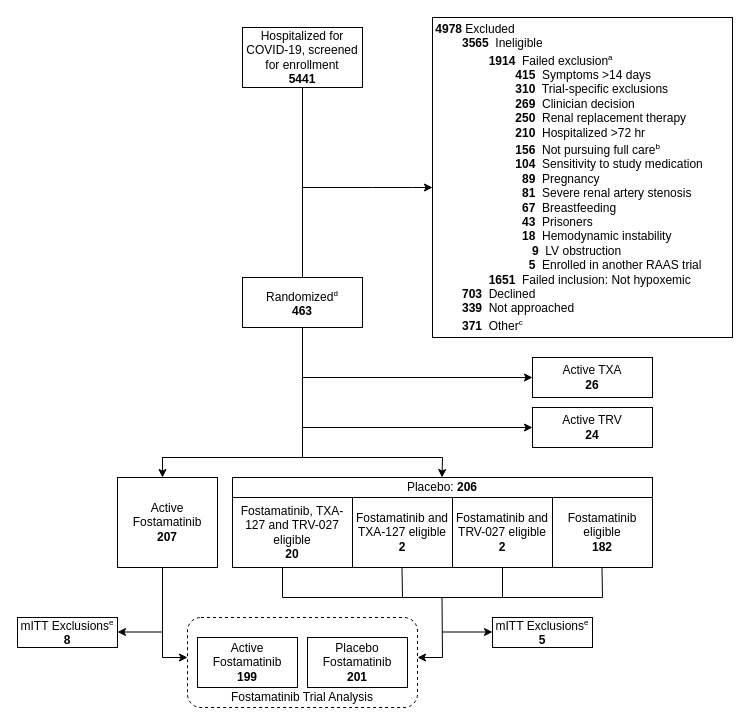
Before: A4HT-CONSORT.drawio in jjdeclercq/VUMisC, a draw.io diagram. Source tidied: cells renumbered, new cells numbered last; positions are measured from the earlier drawing's top-left corner, leaving out a move shared by most shapes. Both pictures are drawn from the tidied source at 100%, with x=0, y=0 at pixel (17, 17).
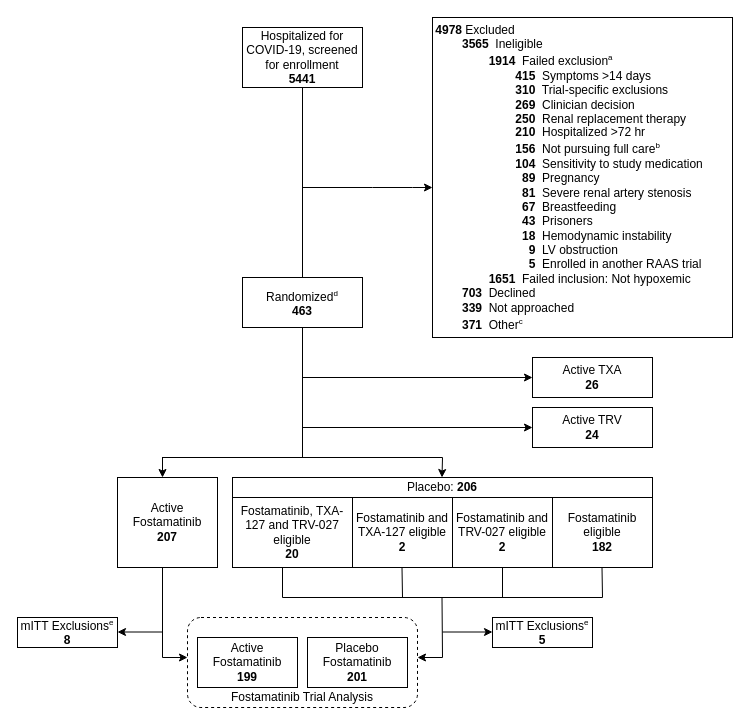
After the change.

The edit, as a diff of the source:
```diff
@@
-    <mxCell id="5" value="&lt;div style=&quot;text-align: left;&quot;&gt;&lt;span style=&quot;background-color: initial;&quot;&gt;&lt;b&gt;4978 &lt;/b&gt;Excluded&lt;br&gt;&lt;/span&gt;&lt;/div&gt;&lt;div style=&quot;text-align: left;&quot;&gt;&lt;span style=&quot;background-color: initial;&quot;&gt;&lt;b&gt;&lt;span style=&quot;white-space: pre;&quot;&gt;&#9;&lt;/span&gt;3565&lt;/b&gt;&amp;nbsp; Ineligible&lt;/span&gt;&lt;/div&gt;&lt;div style=&quot;text-align: left;&quot;&gt;&lt;span style=&quot;background-color: initial;&quot;&gt;&lt;span style=&quot;white-space: pre;&quot;&gt;&#9;&lt;span style=&quot;white-space: pre;&quot;&gt;&#9;&lt;/span&gt;&lt;/span&gt;&lt;b&gt;1914&lt;/b&gt;&amp;nbsp; Failed exclusion&lt;sup style=&quot;&quot;&gt;&lt;font style=&quot;font-size: 8px;&quot;&gt;a&lt;/font&gt;&lt;/sup&gt;&lt;/span&gt;&lt;/div&gt;&lt;div style=&quot;text-align: left;&quot;&gt;&lt;span style=&quot;background-color: initial;&quot;&gt;&lt;span style=&quot;white-space: pre;&quot;&gt;&#9;&lt;/span&gt;&lt;span style=&quot;white-space: pre;&quot;&gt;&#9;&lt;span style=&quot;white-space: pre;&quot;&gt;&#9;&lt;/span&gt;&lt;/span&gt;&lt;b&gt;415&lt;/b&gt;&amp;nbsp; Symptoms &amp;gt;14 days&lt;/span&gt;&lt;br&gt;&lt;/div&gt;&lt;div style=&quot;text-align: left;&quot;&gt;&lt;span style=&quot;white-space: pre;&quot;&gt;&#9;&lt;/span&gt;&lt;span style=&quot;white-space: pre;&quot;&gt;&#9;&lt;span style=&quot;white-space: pre;&quot;&gt;&#9;&lt;/span&gt;&lt;/span&gt;&lt;b&gt;310&lt;/b&gt;&amp;nbsp; Trial-specific exclusions&lt;span style=&quot;background-color: initial;&quot;&gt;&lt;br&gt;&lt;/span&gt;&lt;/div&gt;&lt;div style=&quot;text-align: left;&quot;&gt;&lt;span style=&quot;white-space: pre;&quot;&gt;&#9;&lt;/span&gt;&lt;span style=&quot;white-space: pre;&quot;&gt;&#9;&lt;span style=&quot;white-space: pre;&quot;&gt;&#9;&lt;/span&gt;&lt;/span&gt;&lt;b&gt;269&lt;/b&gt;&amp;nbsp; Clinician decision&lt;/div&gt;&lt;div style=&quot;text-align: left;&quot;&gt;&lt;b&gt;&lt;span style=&quot;white-space: pre;&quot;&gt;&#9;&lt;/span&gt;&lt;span style=&quot;white-space: pre;&quot;&gt;&#9;&lt;span style=&quot;white-space: pre;&quot;&gt;&#9;&lt;/span&gt;&lt;/span&gt;250&lt;/b&gt;&amp;nbsp; Renal replacement therapy&lt;br&gt;&lt;/div&gt;&lt;div style=&quot;text-align: left;&quot;&gt;&lt;span style=&quot;white-space: pre;&quot;&gt;&#9;&lt;/span&gt;&lt;span style=&quot;white-space: pre;&quot;&gt;&#9;&lt;span style=&quot;white-space: pre;&quot;&gt;&#9;&lt;/span&gt;&lt;/span&gt;&lt;b&gt;210&lt;/b&gt;&amp;nbsp; Hospitalized &amp;gt;72 hr&lt;/div&gt;&lt;div style=&quot;text-align: left;&quot;&gt;&lt;span style=&quot;white-space: pre;&quot;&gt;&#9;&lt;/span&gt;&lt;span style=&quot;white-space: pre;&quot;&gt;&#9;&lt;span style=&quot;white-space: pre;&quot;&gt;&#9;&lt;/span&gt;&lt;/span&gt;&lt;b&gt;156&lt;/b&gt;&amp;nbsp; Not pursuing full care&lt;sup&gt;&lt;font style=&quot;font-size: 8px;&quot;&gt;b&lt;/font&gt;&lt;/sup&gt;&lt;span style=&quot;background-color: initial; white-space: pre;&quot;&gt;&#9;&lt;/span&gt;&lt;/div&gt;&lt;div style=&quot;text-align: left;&quot;&gt;&lt;span style=&quot;background-color: initial; white-space: pre;&quot;&gt;&#9;&lt;/span&gt;&lt;span style=&quot;background-color: initial; white-space: pre;&quot;&gt;&#9;&lt;span style=&quot;white-space: pre;&quot;&gt;&#9;&lt;/span&gt;&lt;/span&gt;&lt;b style=&quot;background-color: initial;&quot;&gt;104&lt;/b&gt;&lt;span style=&quot;background-color: initial;&quot;&gt;&amp;nbsp; Sensitivity to study medication&lt;/span&gt;&lt;span style=&quot;background-color: initial; white-space: pre;&quot;&gt;&#9;&lt;/span&gt;&lt;/div&gt;&lt;div style=&quot;text-align: left;&quot;&gt;&lt;span style=&quot;background-color: initial;&quot;&gt;&lt;span style=&quot;white-space: pre;&quot;&gt;&#9;&lt;/span&gt;&lt;span style=&quot;white-space: pre;&quot;&gt;&#9;&lt;/span&gt;&amp;nbsp; &lt;span style=&quot;white-space: pre;&quot;&gt;&#9;&lt;/span&gt;&amp;nbsp;&amp;nbsp;&lt;b&gt;89&lt;/b&gt;&amp;nbsp; Pregnancy&lt;/span&gt;&lt;/div&gt;&lt;div style=&quot;text-align: left;&quot;&gt;&lt;span style=&quot;white-space: pre;&quot;&gt;&#9;&lt;/span&gt;&lt;span style=&quot;white-space: pre;&quot;&gt;&#9;&lt;/span&gt;&amp;nbsp;&amp;nbsp;&lt;span style=&quot;white-space: pre;&quot;&gt;&#9;&lt;/span&gt;&amp;nbsp;&amp;nbsp;&lt;b&gt;81&lt;/b&gt;&amp;nbsp;&amp;nbsp;Severe renal artery stenosis&lt;span style=&quot;background-color: initial;&quot;&gt;&lt;br&gt;&lt;/span&gt;&lt;/div&gt;&lt;div style=&quot;text-align: left;&quot;&gt;&lt;span style=&quot;white-space: pre;&quot;&gt;&#9;&lt;/span&gt;&amp;nbsp;&amp;nbsp;&lt;span style=&quot;white-space: pre;&quot;&gt;&#9;&lt;/span&gt;&amp;nbsp;&amp;nbsp;&lt;span style=&quot;white-space: pre;&quot;&gt;&#9;&lt;/span&gt;&amp;nbsp;&amp;nbsp;&lt;b&gt;67&lt;/b&gt;&amp;nbsp; Breastfeeding&lt;br&gt;&lt;/div&gt;&lt;div style=&quot;text-align: left;&quot;&gt;&lt;span style=&quot;white-space: pre;&quot;&gt;&#9;&lt;/span&gt;&lt;span style=&quot;white-space: pre;&quot;&gt;&#9;&lt;/span&gt;&amp;nbsp;&amp;nbsp;&lt;span style=&quot;white-space: pre;&quot;&gt;&#9;&lt;/span&gt;&amp;nbsp;&amp;nbsp;&lt;b&gt;43&lt;/b&gt;&amp;nbsp; Prisoners&lt;br&gt;&lt;/div&gt;&lt;div style=&quot;text-align: left;&quot;&gt;&lt;span style=&quot;background-color: initial;&quot;&gt;&lt;span style=&quot;white-space: pre;&quot;&gt;&#9;&lt;/span&gt;&lt;span style=&quot;white-space: pre;&quot;&gt;&#9;&lt;/span&gt;&amp;nbsp; &lt;span style=&quot;white-space: pre;&quot;&gt;&#9;&lt;/span&gt;&amp;nbsp;&amp;nbsp;&lt;b&gt;18&lt;/b&gt;&amp;nbsp; Hemodynamic instability&lt;/span&gt;&lt;/div&gt;&lt;div style=&quot;text-align: left;&quot;&gt;&lt;span style=&quot;background-color: initial;&quot;&gt;&lt;span style=&quot;white-space: pre;&quot;&gt;&#9;&lt;/span&gt;&lt;span style=&quot;white-space: pre;&quot;&gt;&#9;&lt;/span&gt;&amp;nbsp; &amp;nbsp;&lt;span style=&quot;white-space: pre;&quot;&gt;&#9;&lt;/span&gt;&amp;nbsp; &amp;nbsp;&amp;nbsp; &lt;b&gt;9&lt;/b&gt;&amp;nbsp; LV obstruction&lt;/span&gt;&lt;/div&gt;&lt;div style=&quot;text-align: left;&quot;&gt;&lt;span style=&quot;background-color: initial;&quot;&gt;&lt;span style=&quot;white-space: pre;&quot;&gt;&#9;&lt;/span&gt;&lt;span style=&quot;white-space: pre;&quot;&gt;&#9;&lt;/span&gt;&amp;nbsp; &amp;nbsp; &amp;nbsp; &amp;nbsp; &amp;nbsp; &amp;nbsp;&amp;nbsp;&lt;b&gt;5&lt;/b&gt;&amp;nbsp; Enrolled in another RAAS trial&lt;/span&gt;&lt;/div&gt;&lt;div style=&quot;text-align: left;&quot;&gt;&lt;span style=&quot;white-space: pre;&quot;&gt;&#9;&lt;span style=&quot;white-space: pre;&quot;&gt;&#9;&lt;/span&gt;&lt;/span&gt;&lt;b&gt;1651&lt;/b&gt;&amp;nbsp; Failed inclusion: Not hypoxemic&lt;br&gt;&lt;/div&gt;&lt;div style=&quot;text-align: left;&quot;&gt;&lt;span style=&quot;border-color: var(--border-color);&quot;&gt;&lt;b&gt;&lt;span style=&quot;white-space: pre;&quot;&gt;&#9;&lt;/span&gt;703&lt;/b&gt;&amp;nbsp; Declined&lt;br&gt;&lt;/span&gt;&lt;/div&gt;&lt;div style=&quot;text-align: left;&quot;&gt;&lt;span style=&quot;background-color: initial;&quot;&gt;&lt;b&gt;&lt;span style=&quot;white-space: pre;&quot;&gt;&#9;&lt;/span&gt;339&lt;/b&gt;&amp;nbsp; Not approached&lt;/span&gt;&lt;/div&gt;&lt;div style=&quot;text-align: left;&quot;&gt;&lt;span style=&quot;background-color: initial;&quot;&gt;&lt;b&gt;&lt;span style=&quot;white-space: pre;&quot;&gt;&#9;&lt;/span&gt;371&lt;/b&gt;&amp;nbsp; Other&lt;sup&gt;&lt;font style=&quot;font-size: 8px;&quot;&gt;c&lt;/font&gt;&lt;/sup&gt;&lt;/span&gt;&lt;br&gt;&lt;/div&gt;" style="rounded=0;whiteSpace=wrap;html=1;" parent="1" vertex="1">
+    <mxCell id="5" value="&lt;div style=&quot;text-align: left;&quot;&gt;&lt;span style=&quot;background-color: initial;&quot;&gt;&lt;b&gt;4978 &lt;/b&gt;Excluded&lt;br&gt;&lt;/span&gt;&lt;/div&gt;&lt;div style=&quot;text-align: left;&quot;&gt;&lt;span style=&quot;background-color: initial;&quot;&gt;&lt;b&gt;&lt;span style=&quot;white-space: pre;&quot;&gt;&#9;&lt;/span&gt;3565&lt;/b&gt;&amp;nbsp; Ineligible&lt;/span&gt;&lt;/div&gt;&lt;div style=&quot;text-align: left;&quot;&gt;&lt;span style=&quot;background-color: initial;&quot;&gt;&lt;span style=&quot;white-space: pre;&quot;&gt;&#9;&lt;span style=&quot;white-space: pre;&quot;&gt;&#9;&lt;/span&gt;&lt;/span&gt;&lt;b&gt;1914&lt;/b&gt;&amp;nbsp; Failed exclusion&lt;sup style=&quot;&quot;&gt;&lt;font style=&quot;font-size: 8px;&quot;&gt;a&lt;/font&gt;&lt;/sup&gt;&lt;/span&gt;&lt;/div&gt;&lt;div style=&quot;text-align: left;&quot;&gt;&lt;span style=&quot;background-color: initial;&quot;&gt;&lt;span style=&quot;white-space: pre;&quot;&gt;&#9;&lt;/span&gt;&lt;span style=&quot;white-space: pre;&quot;&gt;&#9;&lt;span style=&quot;white-space: pre;&quot;&gt;&#9;&lt;/span&gt;&lt;/span&gt;&lt;b&gt;415&lt;/b&gt;&amp;nbsp; Symptoms &amp;gt;14 days&lt;/span&gt;&lt;br&gt;&lt;/div&gt;&lt;div style=&quot;text-align: left;&quot;&gt;&lt;span style=&quot;white-space: pre;&quot;&gt;&#9;&lt;/span&gt;&lt;span style=&quot;white-space: pre;&quot;&gt;&#9;&lt;span style=&quot;white-space: pre;&quot;&gt;&#9;&lt;/span&gt;&lt;/span&gt;&lt;b&gt;310&lt;/b&gt;&amp;nbsp; Trial-specific exclusions&lt;span style=&quot;background-color: initial;&quot;&gt;&lt;br&gt;&lt;/span&gt;&lt;/div&gt;&lt;div style=&quot;text-align: left;&quot;&gt;&lt;span style=&quot;white-space: pre;&quot;&gt;&#9;&lt;/span&gt;&lt;span style=&quot;white-space: pre;&quot;&gt;&#9;&lt;span style=&quot;white-space: pre;&quot;&gt;&#9;&lt;/span&gt;&lt;/span&gt;&lt;b&gt;269&lt;/b&gt;&amp;nbsp; Clinician decision&lt;/div&gt;&lt;div style=&quot;text-align: left;&quot;&gt;&lt;b&gt;&lt;span style=&quot;white-space: pre;&quot;&gt;&#9;&lt;/span&gt;&lt;span style=&quot;white-space: pre;&quot;&gt;&#9;&lt;span style=&quot;white-space: pre;&quot;&gt;&#9;&lt;/span&gt;&lt;/span&gt;250&lt;/b&gt;&amp;nbsp; Renal replacement therapy&lt;br&gt;&lt;/div&gt;&lt;div style=&quot;text-align: left; line-height: 100%;&quot;&gt;&lt;span style=&quot;white-space: pre;&quot;&gt;&#9;&lt;/span&gt;&lt;span style=&quot;white-space: pre;&quot;&gt;&#9;&lt;span style=&quot;white-space: pre;&quot;&gt;&#9;&lt;/span&gt;&lt;/span&gt;&lt;b&gt;210&lt;/b&gt;&amp;nbsp; Hospitalized &amp;gt;72 hr&lt;/div&gt;&lt;div style=&quot;text-align: left; line-height: 120%;&quot;&gt;&lt;span style=&quot;white-space: pre;&quot;&gt;&#9;&lt;/span&gt;&lt;span style=&quot;white-space: pre;&quot;&gt;&#9;&lt;span style=&quot;white-space: pre;&quot;&gt;&#9;&lt;/span&gt;&lt;/span&gt;&lt;b&gt;156&lt;/b&gt;&amp;nbsp; Not pursuing full care&lt;sup&gt;&lt;font style=&quot;font-size: 8px;&quot;&gt;b&lt;/font&gt;&lt;/sup&gt;&lt;span style=&quot;background-color: initial; white-space: pre;&quot;&gt;&#9;&lt;/span&gt;&lt;/div&gt;&lt;div style=&quot;text-align: left;&quot;&gt;&lt;span style=&quot;background-color: initial; white-space: pre;&quot;&gt;&#9;&lt;/span&gt;&lt;span style=&quot;background-color: initial; white-space: pre;&quot;&gt;&#9;&lt;span style=&quot;white-space: pre;&quot;&gt;&#9;&lt;/span&gt;&lt;/span&gt;&lt;b style=&quot;background-color: initial;&quot;&gt;104&lt;/b&gt;&lt;span style=&quot;background-color: initial;&quot;&gt;&amp;nbsp; Sensitivity to study medication&lt;/span&gt;&lt;span style=&quot;background-color: initial; white-space: pre;&quot;&gt;&#9;&lt;/span&gt;&lt;/div&gt;&lt;div style=&quot;text-align: left;&quot;&gt;&lt;span style=&quot;background-color: initial;&quot;&gt;&lt;span style=&quot;white-space: pre;&quot;&gt;&#9;&lt;/span&gt;&lt;span style=&quot;white-space: pre;&quot;&gt;&#9;&lt;/span&gt;&amp;nbsp; &lt;span style=&quot;white-space: pre;&quot;&gt;&#9;&lt;/span&gt;&amp;nbsp;&amp;nbsp;&lt;b&gt;89&lt;/b&gt;&amp;nbsp; Pregnancy&lt;/span&gt;&lt;/div&gt;&lt;div style=&quot;text-align: left;&quot;&gt;&lt;span style=&quot;white-space: pre;&quot;&gt;&#9;&lt;/span&gt;&lt;span style=&quot;white-space: pre;&quot;&gt;&#9;&lt;/span&gt;&amp;nbsp;&amp;nbsp;&lt;span style=&quot;white-space: pre;&quot;&gt;&#9;&lt;/span&gt;&amp;nbsp;&amp;nbsp;&lt;b&gt;81&lt;/b&gt;&amp;nbsp;&amp;nbsp;Severe renal artery stenosis&lt;span style=&quot;background-color: initial;&quot;&gt;&lt;br&gt;&lt;/span&gt;&lt;/div&gt;&lt;div style=&quot;text-align: left;&quot;&gt;&lt;span style=&quot;white-space: pre;&quot;&gt;&#9;&lt;/span&gt;&amp;nbsp;&amp;nbsp;&lt;span style=&quot;white-space: pre;&quot;&gt;&#9;&lt;/span&gt;&amp;nbsp;&amp;nbsp;&lt;span style=&quot;white-space: pre;&quot;&gt;&#9;&lt;/span&gt;&amp;nbsp;&amp;nbsp;&lt;b&gt;67&lt;/b&gt;&amp;nbsp; Breastfeeding&lt;br&gt;&lt;/div&gt;&lt;div style=&quot;text-align: left;&quot;&gt;&lt;span style=&quot;white-space: pre;&quot;&gt;&#9;&lt;/span&gt;&lt;span style=&quot;white-space: pre;&quot;&gt;&#9;&lt;/span&gt;&amp;nbsp;&amp;nbsp;&lt;span style=&quot;white-space: pre;&quot;&gt;&#9;&lt;/span&gt;&amp;nbsp;&amp;nbsp;&lt;b&gt;43&lt;/b&gt;&amp;nbsp; Prisoners&lt;br&gt;&lt;/div&gt;&lt;div style=&quot;text-align: left;&quot;&gt;&lt;span style=&quot;background-color: initial;&quot;&gt;&lt;span style=&quot;white-space: pre;&quot;&gt;&#9;&lt;/span&gt;&lt;span style=&quot;white-space: pre;&quot;&gt;&#9;&lt;/span&gt;&amp;nbsp; &lt;span style=&quot;white-space: pre;&quot;&gt;&#9;&lt;/span&gt;&amp;nbsp;&amp;nbsp;&lt;b&gt;18&lt;/b&gt;&amp;nbsp; Hemodynamic instability&lt;/span&gt;&lt;/div&gt;&lt;div style=&quot;text-align: left;&quot;&gt;&lt;span style=&quot;background-color: initial;&quot;&gt;&lt;span style=&quot;white-space: pre;&quot;&gt;&#9;&lt;/span&gt;&lt;span style=&quot;white-space: pre;&quot;&gt;&#9;&lt;/span&gt;&amp;nbsp; &amp;nbsp;&lt;span style=&quot;white-space: pre;&quot;&gt;&#9;&lt;/span&gt;&amp;nbsp; &amp;nbsp;&amp;nbsp;&lt;b&gt;9&lt;/b&gt;&amp;nbsp; LV obstruction&lt;/span&gt;&lt;/div&gt;&lt;div style=&quot;text-align: left;&quot;&gt;&lt;span style=&quot;background-color: initial;&quot;&gt;&lt;span style=&quot;white-space: pre;&quot;&gt;&#9;&lt;/span&gt;&lt;span style=&quot;white-space: pre;&quot;&gt;&#9;&lt;/span&gt;&amp;nbsp; &amp;nbsp; &amp;nbsp; &amp;nbsp; &amp;nbsp; &amp;nbsp;&amp;nbsp;&lt;b&gt;5&lt;/b&gt;&amp;nbsp; Enrolled in another RAAS trial&lt;/span&gt;&lt;/div&gt;&lt;div style=&quot;text-align: left;&quot;&gt;&lt;span style=&quot;white-space: pre;&quot;&gt;&#9;&lt;span style=&quot;white-space: pre;&quot;&gt;&#9;&lt;/span&gt;&lt;/span&gt;&lt;b&gt;1651&lt;/b&gt;&amp;nbsp; Failed inclusion: Not hypoxemic&lt;br&gt;&lt;/div&gt;&lt;div style=&quot;text-align: left;&quot;&gt;&lt;span style=&quot;border-color: var(--border-color);&quot;&gt;&lt;b&gt;&lt;span style=&quot;white-space: pre;&quot;&gt;&#9;&lt;/span&gt;703&lt;/b&gt;&amp;nbsp; Declined&lt;br&gt;&lt;/span&gt;&lt;/div&gt;&lt;div style=&quot;text-align: left;&quot;&gt;&lt;span style=&quot;background-color: initial;&quot;&gt;&lt;b&gt;&lt;span style=&quot;white-space: pre;&quot;&gt;&#9;&lt;/span&gt;339&lt;/b&gt;&amp;nbsp; Not approached&lt;/span&gt;&lt;/div&gt;&lt;div style=&quot;text-align: left;&quot;&gt;&lt;span style=&quot;background-color: initial;&quot;&gt;&lt;b&gt;&lt;span style=&quot;white-space: pre;&quot;&gt;&#9;&lt;/span&gt;371&lt;/b&gt;&amp;nbsp; Other&lt;sup&gt;&lt;font style=&quot;font-size: 8px;&quot;&gt;c&lt;/font&gt;&lt;/sup&gt;&lt;/span&gt;&lt;br&gt;&lt;/div&gt;" style="rounded=0;whiteSpace=wrap;html=1;" parent="1" vertex="1">
       <mxGeometry x="415" width="300" height="320" as="geometry" />
     </mxCell>
```
